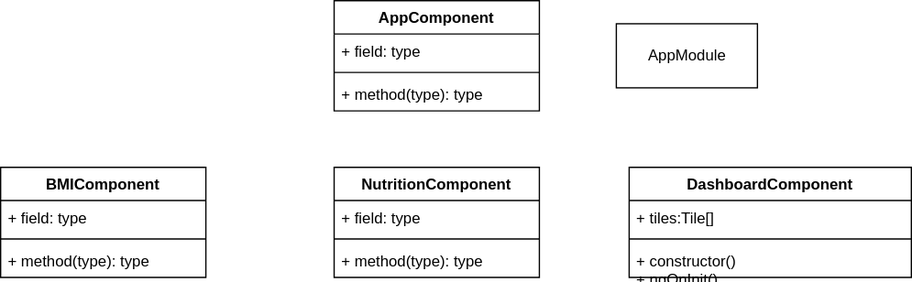
The draw.io diagram Class_Diagram.drawio.svg in willizielke/FitnessWebAppDocumentation, before a commit. Source tidied: cells renumbered, new cells last; positions are measured from the earlier drawing's top-left corner, leaving out a move shared by most shapes.
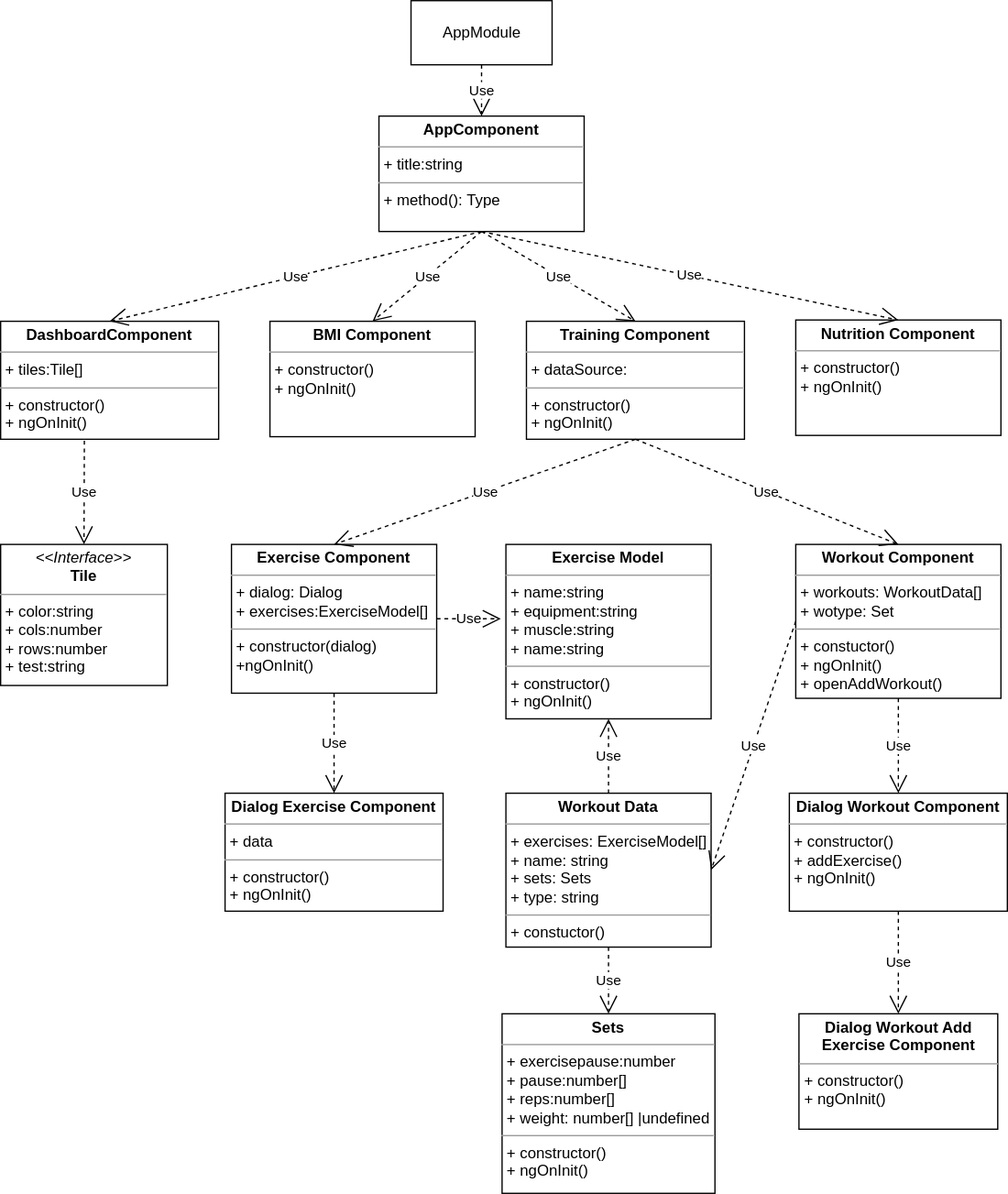
Later version of the same file.

Change to the diagram source:
```diff
@@ -5,53 +5,94 @@
     <mxCell id="2" value="AppModule" style="html=1;" parent="1" vertex="1">
       <mxGeometry x="480" y="18" width="110" height="50" as="geometry" />
     </mxCell>
-    <mxCell id="3" value="BMIComponent" style="swimlane;fontStyle=1;align=center;verticalAlign=top;horizontal=1;startSize=26;" parent="1" vertex="1">
-      <mxGeometry y="130" width="160" height="86" as="geometry" />
-    </mxCell>
-    <mxCell id="4" value="+ field: type" style="text;strokeColor=none;fillColor=none;align=left;verticalAlign=top;spacingLeft=4;spacingRight=4;overflow=hidden;" parent="3" vertex="1">
-      <mxGeometry y="26" width="160" height="26" as="geometry" />
-    </mxCell>
-    <mxCell id="5" style="line;strokeWidth=1;fillColor=none;align=left;verticalAlign=middle;spacingTop=-1;spacingLeft=3;spacingRight=3;labelPosition=right;strokeColor=inherit;" parent="3" vertex="1">
-      <mxGeometry y="52" width="160" height="8" as="geometry" />
-    </mxCell>
-    <mxCell id="6" value="+ method(type): type" style="text;strokeColor=none;fillColor=none;align=left;verticalAlign=top;spacingLeft=4;spacingRight=4;overflow=hidden;" parent="3" vertex="1">
-      <mxGeometry y="60" width="160" height="26" as="geometry" />
-    </mxCell>
-    <mxCell id="7" value="NutritionComponent" style="swimlane;fontStyle=1;align=center;verticalAlign=top;horizontal=1;startSize=26;" parent="1" vertex="1">
-      <mxGeometry x="260" y="130" width="160" height="86" as="geometry" />
-    </mxCell>
-    <mxCell id="8" value="+ field: type" style="text;strokeColor=none;fillColor=none;align=left;verticalAlign=top;spacingLeft=4;spacingRight=4;overflow=hidden;" parent="7" vertex="1">
-      <mxGeometry y="26" width="160" height="26" as="geometry" />
-    </mxCell>
-    <mxCell id="9" style="line;strokeWidth=1;fillColor=none;align=left;verticalAlign=middle;spacingTop=-1;spacingLeft=3;spacingRight=3;labelPosition=right;strokeColor=inherit;" parent="7" vertex="1">
-      <mxGeometry y="52" width="160" height="8" as="geometry" />
-    </mxCell>
-    <mxCell id="10" value="+ method(type): type" style="text;strokeColor=none;fillColor=none;align=left;verticalAlign=top;spacingLeft=4;spacingRight=4;overflow=hidden;" parent="7" vertex="1">
-      <mxGeometry y="60" width="160" height="26" as="geometry" />
-    </mxCell>
-    <mxCell id="11" value="DashboardComponent" style="swimlane;fontStyle=1;align=center;verticalAlign=top;horizontal=1;startSize=26;" parent="1" vertex="1">
-      <mxGeometry x="490" y="130" width="220" height="86" as="geometry" />
-    </mxCell>
-    <mxCell id="12" value="+ tiles:Tile[]" style="text;strokeColor=none;fillColor=none;align=left;verticalAlign=top;spacingLeft=4;spacingRight=4;overflow=hidden;" parent="11" vertex="1">
-      <mxGeometry y="26" width="220" height="26" as="geometry" />
-    </mxCell>
-    <mxCell id="13" style="line;strokeWidth=1;fillColor=none;align=left;verticalAlign=middle;spacingTop=-1;spacingLeft=3;spacingRight=3;labelPosition=right;strokeColor=inherit;" parent="11" vertex="1">
-      <mxGeometry y="52" width="220" height="8" as="geometry" />
-    </mxCell>
-    <mxCell id="14" value="+ constructor()&#10;+ ngOnInit()" style="text;strokeColor=none;fillColor=none;align=left;verticalAlign=top;spacingLeft=4;spacingRight=4;overflow=hidden;" parent="11" vertex="1">
-      <mxGeometry y="60" width="220" height="26" as="geometry" />
-    </mxCell>
-    <mxCell id="15" value="AppComponent" style="swimlane;fontStyle=1;align=center;verticalAlign=top;horizontal=1;startSize=26;" parent="1" vertex="1">
-      <mxGeometry x="260" width="160" height="86" as="geometry" />
-    </mxCell>
-    <mxCell id="16" value="+ field: type" style="text;strokeColor=none;fillColor=none;align=left;verticalAlign=top;spacingLeft=4;spacingRight=4;overflow=hidden;" parent="15" vertex="1">
-      <mxGeometry y="26" width="160" height="26" as="geometry" />
-    </mxCell>
-    <mxCell id="17" style="line;strokeWidth=1;fillColor=none;align=left;verticalAlign=middle;spacingTop=-1;spacingLeft=3;spacingRight=3;labelPosition=right;strokeColor=inherit;" parent="15" vertex="1">
-      <mxGeometry y="52" width="160" height="8" as="geometry" />
-    </mxCell>
-    <mxCell id="18" value="+ method(type): type" style="text;strokeColor=none;fillColor=none;align=left;verticalAlign=top;spacingLeft=4;spacingRight=4;overflow=hidden;" parent="15" vertex="1">
-      <mxGeometry y="60" width="160" height="26" as="geometry" />
-    </mxCell>
+    <mxCell id="19" value="&lt;p style=&quot;margin:0px;margin-top:4px;text-align:center;&quot;&gt;&lt;b&gt;DashboardComponent&lt;/b&gt;&lt;/p&gt;&lt;hr size=&quot;1&quot;&gt;&lt;p style=&quot;margin:0px;margin-left:4px;&quot;&gt;+ tiles:Tile[]&lt;/p&gt;&lt;hr size=&quot;1&quot;&gt;&lt;p style=&quot;margin:0px;margin-left:4px;&quot;&gt;+ constructor()&lt;/p&gt;&lt;p style=&quot;margin:0px;margin-left:4px;&quot;&gt;+ ngOnInit()&lt;/p&gt;" style="verticalAlign=top;align=left;overflow=fill;fontSize=12;fontFamily=Helvetica;html=1;" parent="1" vertex="1">
+      <mxGeometry x="160" y="268" width="170" height="92" as="geometry" />
+    </mxCell>
+    <mxCell id="20" value="&lt;p style=&quot;margin:0px;margin-top:4px;text-align:center;&quot;&gt;&lt;b&gt;BMI Component&lt;/b&gt;&lt;/p&gt;&lt;hr size=&quot;1&quot;&gt;&lt;p style=&quot;margin:0px;margin-left:4px;&quot;&gt;&lt;/p&gt;&lt;p style=&quot;margin: 0px 0px 0px 4px;&quot;&gt;&lt;span style=&quot;background-color: initial;&quot;&gt;+ constructor()&lt;/span&gt;&lt;/p&gt;&lt;p style=&quot;margin: 0px 0px 0px 4px;&quot;&gt;+ ngOnInit()&lt;/p&gt;" style="verticalAlign=top;align=left;overflow=fill;fontSize=12;fontFamily=Helvetica;html=1;" parent="1" vertex="1">
+      <mxGeometry x="370" y="268" width="160" height="90" as="geometry" />
+    </mxCell>
+    <mxCell id="21" value="&lt;p style=&quot;margin:0px;margin-top:4px;text-align:center;&quot;&gt;&lt;b&gt;Nutrition Component&lt;/b&gt;&lt;/p&gt;&lt;hr size=&quot;1&quot;&gt;&lt;p style=&quot;margin:0px;margin-left:4px;&quot;&gt;&lt;span style=&quot;background-color: initial;&quot;&gt;+ constructor()&lt;/span&gt;&lt;/p&gt;&lt;p style=&quot;margin: 0px 0px 0px 4px;&quot;&gt;+ ngOnInit()&lt;/p&gt;" style="verticalAlign=top;align=left;overflow=fill;fontSize=12;fontFamily=Helvetica;html=1;" parent="1" vertex="1">
+      <mxGeometry x="780" y="267" width="160" height="90" as="geometry" />
+    </mxCell>
+    <mxCell id="22" value="&lt;p style=&quot;margin:0px;margin-top:4px;text-align:center;&quot;&gt;&lt;b&gt;Workout Component&lt;/b&gt;&lt;/p&gt;&lt;hr size=&quot;1&quot;&gt;&lt;p style=&quot;margin:0px;margin-left:4px;&quot;&gt;+ workouts: WorkoutData[]&lt;/p&gt;&lt;p style=&quot;margin:0px;margin-left:4px;&quot;&gt;+ wotype: Set&lt;/p&gt;&lt;hr size=&quot;1&quot;&gt;&lt;p style=&quot;margin:0px;margin-left:4px;&quot;&gt;+ constuctor()&lt;/p&gt;&lt;p style=&quot;margin:0px;margin-left:4px;&quot;&gt;+ ngOnInit()&lt;/p&gt;&lt;p style=&quot;margin:0px;margin-left:4px;&quot;&gt;+ openAddWorkout()&lt;/p&gt;" style="verticalAlign=top;align=left;overflow=fill;fontSize=12;fontFamily=Helvetica;html=1;" parent="1" vertex="1">
+      <mxGeometry x="780" y="442" width="160" height="120" as="geometry" />
+    </mxCell>
+    <mxCell id="23" value="&lt;p style=&quot;margin:0px;margin-top:4px;text-align:center;&quot;&gt;&lt;b&gt;Exercise Component&lt;/b&gt;&lt;/p&gt;&lt;hr size=&quot;1&quot;&gt;&lt;p style=&quot;margin:0px;margin-left:4px;&quot;&gt;+ dialog: Dialog&lt;/p&gt;&lt;p style=&quot;margin:0px;margin-left:4px;&quot;&gt;+ exercises:ExerciseModel[]&lt;/p&gt;&lt;hr size=&quot;1&quot;&gt;&lt;p style=&quot;margin:0px;margin-left:4px;&quot;&gt;+ constructor(dialog)&lt;/p&gt;&lt;p style=&quot;margin:0px;margin-left:4px;&quot;&gt;+ngOnInit()&lt;/p&gt;" style="verticalAlign=top;align=left;overflow=fill;fontSize=12;fontFamily=Helvetica;html=1;" parent="1" vertex="1">
+      <mxGeometry x="340" y="442" width="160" height="116" as="geometry" />
+    </mxCell>
+    <mxCell id="24" value="&lt;p style=&quot;margin:0px;margin-top:4px;text-align:center;&quot;&gt;&lt;b&gt;Training Component&lt;/b&gt;&lt;/p&gt;&lt;hr size=&quot;1&quot;&gt;&lt;p style=&quot;margin:0px;margin-left:4px;&quot;&gt;+ dataSource:&lt;/p&gt;&lt;hr size=&quot;1&quot;&gt;&lt;p style=&quot;margin:0px;margin-left:4px;&quot;&gt;+ constructor()&lt;/p&gt;&lt;p style=&quot;margin:0px;margin-left:4px;&quot;&gt;+ ngOnInit()&lt;/p&gt;" style="verticalAlign=top;align=left;overflow=fill;fontSize=12;fontFamily=Helvetica;html=1;" parent="1" vertex="1">
+      <mxGeometry x="570" y="268" width="170" height="92" as="geometry" />
+    </mxCell>
+    <mxCell id="25" value="&lt;p style=&quot;margin:0px;margin-top:4px;text-align:center;&quot;&gt;&lt;b&gt;Dialog Workout Component&lt;/b&gt;&lt;/p&gt;&lt;hr size=&quot;1&quot;&gt;&lt;p style=&quot;margin:0px;margin-left:4px;&quot;&gt;&lt;/p&gt;&lt;p style=&quot;margin:0px;margin-left:4px;&quot;&gt;+ constructor()&lt;/p&gt;&lt;p style=&quot;margin:0px;margin-left:4px;&quot;&gt;+ addExercise()&lt;/p&gt;&lt;p style=&quot;margin:0px;margin-left:4px;&quot;&gt;+ ngOnInit()&lt;/p&gt;" style="verticalAlign=top;align=left;overflow=fill;fontSize=12;fontFamily=Helvetica;html=1;" parent="1" vertex="1">
+      <mxGeometry x="775" y="636" width="170" height="92" as="geometry" />
+    </mxCell>
+    <mxCell id="26" value="&lt;p style=&quot;margin:0px;margin-top:4px;text-align:center;&quot;&gt;&lt;b&gt;AppComponent&lt;/b&gt;&lt;/p&gt;&lt;hr size=&quot;1&quot;&gt;&lt;p style=&quot;margin:0px;margin-left:4px;&quot;&gt;+ title:string&lt;/p&gt;&lt;hr size=&quot;1&quot;&gt;&lt;p style=&quot;margin:0px;margin-left:4px;&quot;&gt;+ method(): Type&lt;/p&gt;" style="verticalAlign=top;align=left;overflow=fill;fontSize=12;fontFamily=Helvetica;html=1;" parent="1" vertex="1">
+      <mxGeometry x="455" y="108" width="160" height="90" as="geometry" />
+    </mxCell>
+    <mxCell id="27" value="&lt;p style=&quot;margin:0px;margin-top:4px;text-align:center;&quot;&gt;&lt;b&gt;Dialog Exercise Component&lt;/b&gt;&lt;/p&gt;&lt;hr size=&quot;1&quot;&gt;&lt;p style=&quot;margin:0px;margin-left:4px;&quot;&gt;+ data&lt;/p&gt;&lt;hr size=&quot;1&quot;&gt;&lt;p style=&quot;margin:0px;margin-left:4px;&quot;&gt;+ constructor()&lt;/p&gt;&lt;p style=&quot;margin:0px;margin-left:4px;&quot;&gt;+ ngOnInit()&lt;/p&gt;" style="verticalAlign=top;align=left;overflow=fill;fontSize=12;fontFamily=Helvetica;html=1;" parent="1" vertex="1">
+      <mxGeometry x="335" y="636" width="170" height="92" as="geometry" />
+    </mxCell>
+    <mxCell id="28" value="&lt;p style=&quot;margin:0px;margin-top:4px;text-align:center;&quot;&gt;&lt;b&gt;Sets&lt;/b&gt;&lt;/p&gt;&lt;hr size=&quot;1&quot;&gt;&lt;p style=&quot;margin:0px;margin-left:4px;&quot;&gt;+ exercisepause:number&lt;/p&gt;&lt;p style=&quot;margin:0px;margin-left:4px;&quot;&gt;+ pause:number[]&lt;/p&gt;&lt;p style=&quot;margin:0px;margin-left:4px;&quot;&gt;+ reps:number[]&lt;/p&gt;&lt;p style=&quot;margin:0px;margin-left:4px;&quot;&gt;+ weight: number[] |undefined&lt;/p&gt;&lt;hr size=&quot;1&quot;&gt;&lt;p style=&quot;margin:0px;margin-left:4px;&quot;&gt;+ constructor()&lt;/p&gt;&lt;p style=&quot;margin:0px;margin-left:4px;&quot;&gt;+ ngOnInit()&lt;/p&gt;" style="verticalAlign=top;align=left;overflow=fill;fontSize=12;fontFamily=Helvetica;html=1;" parent="1" vertex="1">
+      <mxGeometry x="551" y="808" width="166" height="140" as="geometry" />
+    </mxCell>
+    <mxCell id="29" value="&lt;p style=&quot;margin:0px;margin-top:4px;text-align:center;&quot;&gt;&lt;b&gt;Workout Data&lt;/b&gt;&lt;/p&gt;&lt;hr size=&quot;1&quot;&gt;&lt;p style=&quot;margin:0px;margin-left:4px;&quot;&gt;+ exercises: ExerciseModel[]&lt;/p&gt;&lt;p style=&quot;margin:0px;margin-left:4px;&quot;&gt;+ name: string&lt;/p&gt;&lt;p style=&quot;margin:0px;margin-left:4px;&quot;&gt;+ sets: Sets&lt;/p&gt;&lt;p style=&quot;margin:0px;margin-left:4px;&quot;&gt;+ type: string&lt;/p&gt;&lt;hr size=&quot;1&quot;&gt;&lt;p style=&quot;margin:0px;margin-left:4px;&quot;&gt;+ constuctor()&lt;/p&gt;" style="verticalAlign=top;align=left;overflow=fill;fontSize=12;fontFamily=Helvetica;html=1;" parent="1" vertex="1">
+      <mxGeometry x="554" y="636" width="160" height="120" as="geometry" />
+    </mxCell>
+    <mxCell id="30" value="Use" style="endArrow=open;endSize=12;dashed=1;html=1;rounded=0;exitX=0.5;exitY=1;exitDx=0;exitDy=0;entryX=0.5;entryY=0;entryDx=0;entryDy=0;" parent="1" edge="1" source="2" target="26">
+      <mxGeometry relative="1" as="geometry" />
+    </mxCell>
+    <mxCell id="31" value="&lt;p style=&quot;margin:0px;margin-top:4px;text-align:center;&quot;&gt;&lt;b&gt;Exercise Model&lt;/b&gt;&lt;/p&gt;&lt;hr size=&quot;1&quot;&gt;&lt;p style=&quot;margin:0px;margin-left:4px;&quot;&gt;+ name:string&lt;/p&gt;&lt;p style=&quot;margin:0px;margin-left:4px;&quot;&gt;+ equipment:string&lt;/p&gt;&lt;p style=&quot;margin:0px;margin-left:4px;&quot;&gt;+ muscle:string&lt;/p&gt;&lt;p style=&quot;margin:0px;margin-left:4px;&quot;&gt;+ name:string&lt;/p&gt;&lt;hr size=&quot;1&quot;&gt;&lt;p style=&quot;margin:0px;margin-left:4px;&quot;&gt;+ constructor()&lt;/p&gt;&lt;p style=&quot;margin:0px;margin-left:4px;&quot;&gt;+ ngOnInit()&lt;/p&gt;" style="verticalAlign=top;align=left;overflow=fill;fontSize=12;fontFamily=Helvetica;html=1;" parent="1" vertex="1">
+      <mxGeometry x="554" y="442" width="160" height="136" as="geometry" />
+    </mxCell>
+    <mxCell id="32" value="Use" style="endArrow=open;endSize=12;dashed=1;html=1;rounded=0;entryX=0.5;entryY=0;entryDx=0;entryDy=0;exitX=0.5;exitY=1;exitDx=0;exitDy=0;" parent="1" edge="1" source="26" target="21">
+      <mxGeometry relative="1" as="geometry" />
+    </mxCell>
+    <mxCell id="33" value="Use" style="endArrow=open;endSize=12;dashed=1;html=1;rounded=0;exitX=0.5;exitY=1;exitDx=0;exitDy=0;entryX=0.5;entryY=0;entryDx=0;entryDy=0;" parent="1" edge="1" source="26" target="24">
+      <mxGeometry relative="1" as="geometry" />
+    </mxCell>
+    <mxCell id="34" value="Use" style="endArrow=open;endSize=12;dashed=1;html=1;rounded=0;entryX=0.5;entryY=0;entryDx=0;entryDy=0;exitX=0.5;exitY=1;exitDx=0;exitDy=0;" parent="1" edge="1" source="26" target="20">
+      <mxGeometry relative="1" as="geometry" />
+    </mxCell>
+    <mxCell id="35" value="Use" style="endArrow=open;endSize=12;dashed=1;html=1;rounded=0;exitX=0.5;exitY=1;exitDx=0;exitDy=0;entryX=0.5;entryY=0;entryDx=0;entryDy=0;" parent="1" edge="1" source="26" target="19">
+      <mxGeometry relative="1" as="geometry" />
+    </mxCell>
+    <mxCell id="36" value="Use" style="endArrow=open;endSize=12;dashed=1;html=1;rounded=0;entryX=0.5;entryY=0;entryDx=0;entryDy=0;exitX=0.5;exitY=1;exitDx=0;exitDy=0;" parent="1" edge="1" source="24" target="22">
+      <mxGeometry relative="1" as="geometry" />
+    </mxCell>
+    <mxCell id="37" value="Use" style="endArrow=open;endSize=12;dashed=1;html=1;rounded=0;exitX=0.5;exitY=1;exitDx=0;exitDy=0;entryX=0.5;entryY=0;entryDx=0;entryDy=0;" parent="1" edge="1" source="24" target="23">
+      <mxGeometry relative="1" as="geometry" />
+    </mxCell>
+    <mxCell id="38" value="Use" style="endArrow=open;endSize=12;dashed=1;html=1;rounded=0;exitX=1;exitY=0.5;exitDx=0;exitDy=0;" parent="1" edge="1" source="23">
+      <mxGeometry relative="1" as="geometry">
+        <mxPoint x="550" y="500" as="targetPoint" />
+      </mxGeometry>
+    </mxCell>
+    <mxCell id="39" value="Use" style="endArrow=open;endSize=12;dashed=1;html=1;rounded=0;exitX=0.5;exitY=0;exitDx=0;exitDy=0;entryX=0.5;entryY=1;entryDx=0;entryDy=0;" parent="1" edge="1" source="29" target="31">
+      <mxGeometry relative="1" as="geometry" />
+    </mxCell>
+    <mxCell id="40" value="Use" style="endArrow=open;endSize=12;dashed=1;html=1;rounded=0;exitX=0;exitY=0.5;exitDx=0;exitDy=0;entryX=1;entryY=0.5;entryDx=0;entryDy=0;" parent="1" edge="1" source="22" target="29">
+      <mxGeometry relative="1" as="geometry" />
+    </mxCell>
+    <mxCell id="41" value="Use" style="endArrow=open;endSize=12;dashed=1;html=1;rounded=0;exitX=0.5;exitY=1;exitDx=0;exitDy=0;entryX=0.5;entryY=0;entryDx=0;entryDy=0;" parent="1" edge="1" source="29" target="28">
+      <mxGeometry relative="1" as="geometry" />
+    </mxCell>
+    <mxCell id="42" value="Use" style="endArrow=open;endSize=12;dashed=1;html=1;rounded=0;exitX=0.5;exitY=1;exitDx=0;exitDy=0;entryX=0.5;entryY=0;entryDx=0;entryDy=0;" parent="1" edge="1" source="23" target="27">
+      <mxGeometry relative="1" as="geometry" />
+    </mxCell>
+    <mxCell id="43" value="Use" style="endArrow=open;endSize=12;dashed=1;html=1;rounded=0;exitX=0.5;exitY=1;exitDx=0;exitDy=0;entryX=0.5;entryY=0;entryDx=0;entryDy=0;" parent="1" edge="1" source="22" target="25">
+      <mxGeometry relative="1" as="geometry" />
+    </mxCell>
+    <mxCell id="44" value="&lt;p style=&quot;margin:0px;margin-top:4px;text-align:center;&quot;&gt;&lt;i&gt;&amp;lt;&amp;lt;Interface&amp;gt;&amp;gt;&lt;/i&gt;&lt;br&gt;&lt;b&gt;Tile&lt;/b&gt;&lt;/p&gt;&lt;hr size=&quot;1&quot;&gt;&lt;p style=&quot;margin:0px;margin-left:4px;&quot;&gt;+ color:string&lt;br&gt;+ cols:number&lt;/p&gt;&lt;p style=&quot;margin:0px;margin-left:4px;&quot;&gt;+ rows:number&lt;/p&gt;&lt;p style=&quot;margin:0px;margin-left:4px;&quot;&gt;+ test:string&lt;/p&gt;&lt;p style=&quot;margin:0px;margin-left:4px;&quot;&gt;&lt;br&gt;&lt;br&gt;&lt;/p&gt;" style="verticalAlign=top;align=left;overflow=fill;fontSize=12;fontFamily=Helvetica;html=1;" parent="1" vertex="1">
+      <mxGeometry x="160" y="442" width="130" height="110" as="geometry" />
+    </mxCell>
+    <mxCell id="45" value="&lt;p style=&quot;margin:0px;margin-top:4px;text-align:center;&quot;&gt;&lt;b&gt;Dialog Workout Add &lt;br&gt;Exercise Component&lt;/b&gt;&lt;/p&gt;&lt;hr size=&quot;1&quot;&gt;&lt;p style=&quot;margin:0px;margin-left:4px;&quot;&gt;&lt;/p&gt;&lt;p style=&quot;margin:0px;margin-left:4px;&quot;&gt;&lt;span style=&quot;background-color: initial;&quot;&gt;+ constructor()&lt;/span&gt;&lt;br&gt;&lt;/p&gt;&lt;p style=&quot;margin:0px;margin-left:4px;&quot;&gt;+ ngOnInit()&lt;/p&gt;" style="verticalAlign=top;align=left;overflow=fill;fontSize=12;fontFamily=Helvetica;html=1;" parent="1" vertex="1">
+      <mxGeometry x="782.5" y="808" width="155" height="90" as="geometry" />
+    </mxCell>
+    <mxCell id="46" value="Use" style="endArrow=open;endSize=12;dashed=1;html=1;rounded=0;exitX=0.384;exitY=1.013;exitDx=0;exitDy=0;entryX=0.5;entryY=0;entryDx=0;entryDy=0;exitPerimeter=0;" parent="1" edge="1" source="19" target="44">
+      <mxGeometry relative="1" as="geometry" />
+    </mxCell>
+    <mxCell id="47" value="Use" style="endArrow=open;endSize=12;dashed=1;html=1;rounded=0;exitX=0.5;exitY=1;exitDx=0;exitDy=0;entryX=0.5;entryY=0;entryDx=0;entryDy=0;" parent="1" edge="1" source="25" target="45">
+      <mxGeometry relative="1" as="geometry" />
+    </mxCell>
   </root>
 </mxGraphModel>
```
